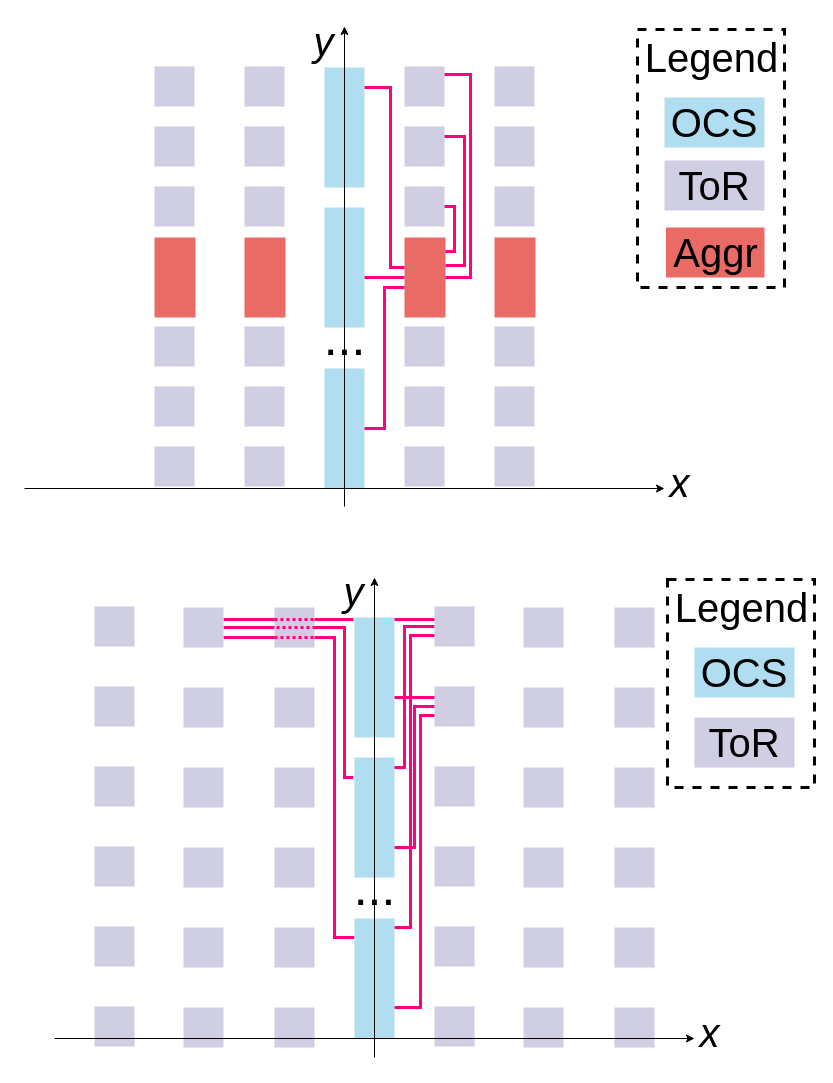
caopeirui/app.diagrams.net keeps this draw.io diagram as NSDI_FC_2023.drawio. Above is the earlier version. Source tidied: cells renumbered, new cells numbered last; positions are measured from the earlier drawing's top-left corner, leaving out a move shared by most shapes. Both pictures are drawn from the tidied source at 100%, with x=0, y=0 at pixel (24, 21).
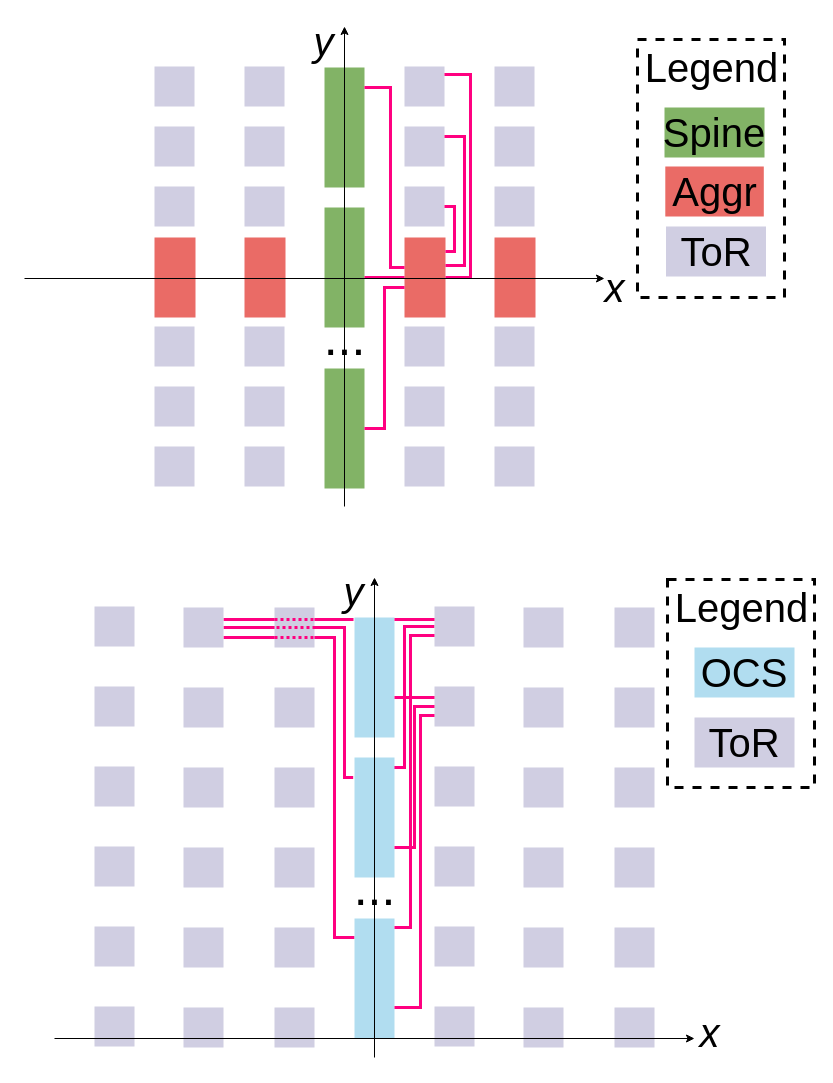
The same diagram, later.

The edit, as a diff of the source:
```diff
@@
     <mxCell id="2" style="rounded=0;whiteSpace=wrap;html=1;fontSize=24;noLabel=1;fillColor=none;dashed=1;strokeWidth=3;" parent="1" vertex="1">
-      <mxGeometry x="613" y="8" width="147" height="258" as="geometry" />
+      <mxGeometry x="613" y="18" width="147" height="258" as="geometry" />
     </mxCell>
@@
     <mxCell id="9" value="&lt;font style=&quot;font-size: 40px&quot;&gt;Aggr&lt;/font&gt;" style="rounded=0;whiteSpace=wrap;html=1;fillColor=#EA6B66;strokeColor=none;" parent="1" vertex="1">
-      <mxGeometry x="641.5" y="206" width="98.5" height="50" as="geometry" />
+      <mxGeometry x="640.8" y="145" width="98.5" height="50" as="geometry" />
     </mxCell>
@@
-    <mxCell id="61" style="rounded=0;whiteSpace=wrap;html=1;fillColor=#b1ddf0;strokeColor=none;" parent="1" vertex="1">
+    <mxCell id="61" style="rounded=0;whiteSpace=wrap;html=1;fillColor=#82B366;strokeColor=none;" parent="1" vertex="1">
       <mxGeometry x="300" y="46" width="40" height="120" as="geometry" />
     </mxCell>
@@
-    <mxCell id="63" style="rounded=0;whiteSpace=wrap;html=1;fillColor=#b1ddf0;strokeColor=none;" parent="1" vertex="1">
+    <mxCell id="63" style="rounded=0;whiteSpace=wrap;html=1;fillColor=#82B366;strokeColor=none;" parent="1" vertex="1">
       <mxGeometry x="300" y="186" width="40" height="120" as="geometry" />
     </mxCell>
-    <mxCell id="64" style="rounded=0;whiteSpace=wrap;html=1;fillColor=#b1ddf0;strokeColor=none;" parent="1" vertex="1">
+    <mxCell id="64" style="rounded=0;whiteSpace=wrap;html=1;fillColor=#82B366;strokeColor=none;" parent="1" vertex="1">
       <mxGeometry x="300" y="347" width="40" height="120" as="geometry" />
     </mxCell>
@@
-    <mxCell id="70" style="endArrow=classic;html=1;" parent="1" edge="1">
-      <mxGeometry relative="1" as="geometry">
-        <mxPoint y="467" as="sourcePoint" />
-        <mxPoint x="640" y="467" as="targetPoint" />
-      </mxGeometry>
-    </mxCell>
-    <mxCell id="71" value="&lt;font style=&quot;font-size: 40px&quot;&gt;OCS&lt;/font&gt;" style="rounded=0;whiteSpace=wrap;html=1;fillColor=#b1ddf0;strokeColor=none;" parent="1" vertex="1">
-      <mxGeometry x="640" y="76" width="100" height="50" as="geometry" />
+    <mxCell id="71" value="&lt;span style=&quot;font-size: 40px&quot;&gt;Spine&lt;/span&gt;" style="rounded=0;whiteSpace=wrap;html=1;fillColor=#82B366;strokeColor=none;" parent="1" vertex="1">
+      <mxGeometry x="640" y="86" width="100" height="50" as="geometry" />
     </mxCell>
     <mxCell id="72" value="&lt;font style=&quot;font-size: 40px&quot;&gt;Legend&lt;/font&gt;" style="text;html=1;align=center;verticalAlign=middle;fontSize=24;" parent="1" vertex="1">
-      <mxGeometry x="611.5" y="16" width="150" height="40" as="geometry" />
+      <mxGeometry x="611.5" y="26" width="150" height="40" as="geometry" />
     </mxCell>
     <mxCell id="73" value="&lt;font style=&quot;font-size: 40px&quot;&gt;ToR&lt;/font&gt;" style="rounded=0;whiteSpace=wrap;html=1;fillColor=#d0cee2;strokeColor=none;" parent="1" vertex="1">
-      <mxGeometry x="640" y="139" width="100" height="50" as="geometry" />
+      <mxGeometry x="641.5" y="205" width="100" height="50" as="geometry" />
     </mxCell>
@@
     <mxCell id="75" value="&lt;i&gt;&lt;font style=&quot;font-size: 40px&quot;&gt;x&lt;/font&gt;&lt;/i&gt;" style="text;html=1;align=center;verticalAlign=middle;fontSize=24;fontColor=none;" parent="1" vertex="1">
-      <mxGeometry x="635" y="441" width="40" height="40" as="geometry" />
+      <mxGeometry x="570" y="246" width="40" height="40" as="geometry" />
     </mxCell>
@@
+    <mxCell id="70" style="endArrow=classic;html=1;" parent="1" edge="1">
+      <mxGeometry relative="1" as="geometry">
+        <mxPoint y="257" as="sourcePoint" />
+        <mxPoint x="580" y="257" as="targetPoint" />
+      </mxGeometry>
+    </mxCell>
```
